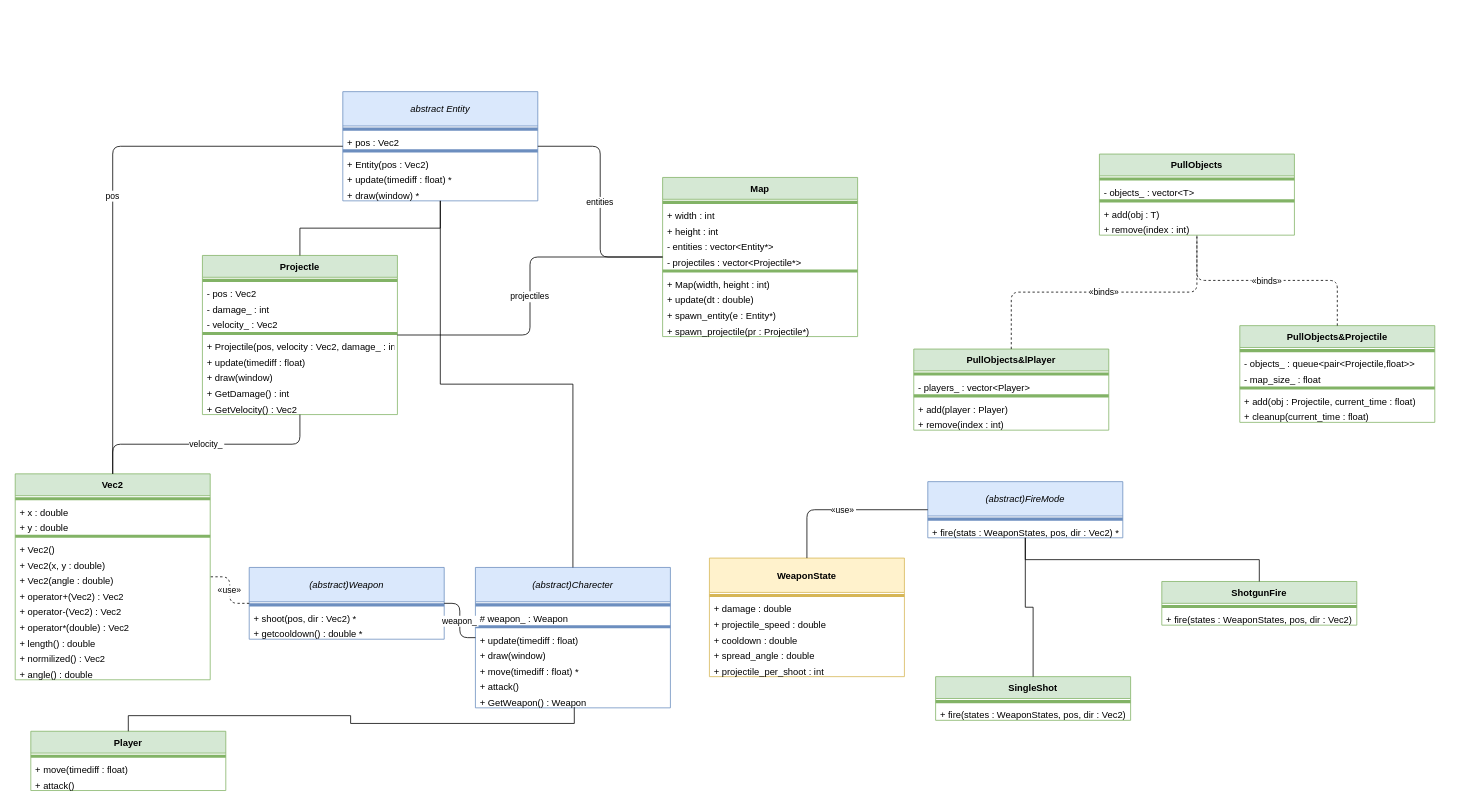
This is er_diagramm/er_diagramm.drawio from AleksKari/MULTIPLAYER_ACTION_SHOOTER_TANKS_2.0_hahaha, a draw.io file, before an edit. Source tidied: cells renumbered, new cells numbered last; positions are measured from the earlier drawing's top-left corner, leaving out a move shared by most shapes. Both pictures are drawn from the tidied source at 78%, with x=0, y=0 at pixel (15, 91).
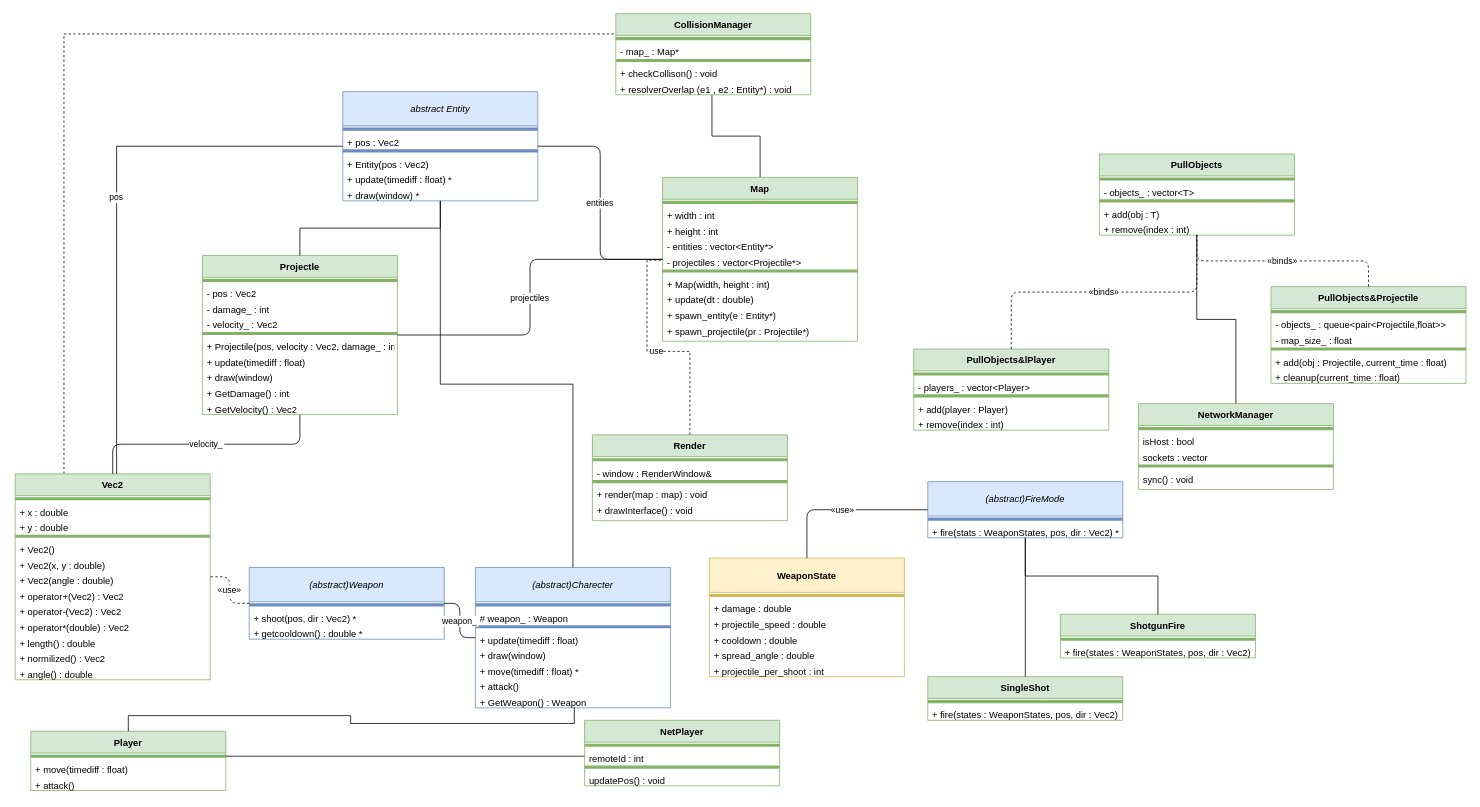
Above is the later version.

Commit message (it also covers changes not shown here):
add network classes to er_diagram

The change refers to these unchanged cells:
```xml
<mxCell id="2" value="Vec2" style="swimlane;fontStyle=1;horizontal=1;startSize=28;align=center;fillColor=#d5e8d4;strokeColor=#82b366;" parent="1" vertex="1">
  <mxGeometry y="490" width="250" height="264" as="geometry" />
</mxCell>
<mxCell id="16" value="abstract Entity" style="swimlane;fontStyle=2;horizontal=1;startSize=44;align=center;fillColor=#dae8fc;strokeColor=#6c8ebf;" parent="1" vertex="1">
  <mxGeometry x="420" width="250" height="140" as="geometry" />
</mxCell>
<mxCell id="33" style="line;strokeColor=inherit;fillColor=none;" parent="32" vertex="1">
  <mxGeometry y="28" width="250" height="8" as="geometry" />
</mxCell>
<mxCell id="72" value="+ remove(index : int)" style="text;strokeColor=none;fillColor=none;align=left;verticalAlign=top;spacingLeft=4;spacingRight=4;overflow=hidden;points=[[0,0.5],[1,0.5]];portConstraint=eastwest;html=0;" parent="67" vertex="1">
  <mxGeometry y="84" width="250" height="20" as="geometry" />
</mxCell>
<mxCell id="91" value="- projectiles : vector&lt;Projectile*&gt;" style="text;strokeColor=none;fillColor=none;align=left;verticalAlign=top;spacingLeft=4;spacingRight=4;overflow=hidden;points=[[0,0.5],[1,0.5]];portConstraint=eastwest;html=0;" parent="86" vertex="1">
  <mxGeometry y="96" width="250" height="20" as="geometry" />
</mxCell>
```

What changed in the source:
```diff
@@
+    <mxCell id="111" style="edgeStyle=orthogonalEdgeStyle;rounded=0;jettySize=auto;html=1;exitX=0.25;exitY=0;exitDx=0;exitDy=0;entryX=0;entryY=0.25;entryDx=0;entryDy=0;endArrow=none;endFill=0;dashed=1;" parent="1" edge="1" source="2" target="113">
+      <mxGeometry relative="1" as="geometry" />
+    </mxCell>
@@
     <mxCell id="61" value="SingleShot" style="swimlane;fontStyle=1;horizontal=1;startSize=28;align=center;fillColor=#d5e8d4;strokeColor=#82b366;" parent="1" vertex="1">
-      <mxGeometry x="1180" y="750" width="250" height="56" as="geometry" />
+      <mxGeometry x="1170" y="750" width="250" height="56" as="geometry" />
     </mxCell>
@@
     <mxCell id="64" value="ShotgunFire" style="swimlane;fontStyle=1;horizontal=1;startSize=28;align=center;fillColor=#d5e8d4;strokeColor=#82b366;" parent="1" vertex="1">
-      <mxGeometry x="1470" y="628" width="250" height="56" as="geometry" />
+      <mxGeometry x="1340" y="670" width="250" height="56" as="geometry" />
     </mxCell>
@@
     <mxCell id="73" value="PullObjects&amp;Projectile" style="swimlane;fontStyle=1;horizontal=1;startSize=28;align=center;fillColor=#d5e8d4;strokeColor=#82b366;" parent="1" vertex="1">
-      <mxGeometry x="1570" y="300" width="250" height="124" as="geometry" />
+      <mxGeometry x="1610" y="250" width="250" height="124" as="geometry" />
     </mxCell>
@@
+    <mxCell id="112" style="edgeStyle=orthogonalEdgeStyle;rounded=0;jettySize=auto;html=1;exitX=0.5;exitY=0;exitDx=0;exitDy=0;entryX=0.493;entryY=1;entryDx=0;entryDy=0;entryPerimeter=0;endArrow=none;endFill=0;" parent="1" edge="1" source="86" target="118">
+      <mxGeometry relative="1" as="geometry" />
+    </mxCell>
     <mxCell id="86" value="Map" style="swimlane;fontStyle=1;horizontal=1;startSize=28;align=center;fillColor=#d5e8d4;strokeColor=#82b366;" parent="1" vertex="1">
-      <mxGeometry x="830" y="110" width="250" height="204" as="geometry" />
+      <mxGeometry x="830" y="110" width="250" height="210" as="geometry" />
     </mxCell>
@@
     <mxCell id="96" value="+ spawn_projectile(pr : Projectile*)" style="text;strokeColor=none;fillColor=none;align=left;verticalAlign=top;spacingLeft=4;spacingRight=4;overflow=hidden;html=0;" parent="86" vertex="1">
-      <mxGeometry y="184" width="250" height="20" as="geometry" />
+      <mxGeometry y="184" width="250" height="26" as="geometry" />
     </mxCell>
@@
-    <mxCell id="105" value="pos" style="edgeStyle=orthogonalEdgeStyle;endArrow=none;endFill=0;" parent="1" edge="1" source="16" target="2">
-      <mxGeometry relative="1" as="geometry" />
+    <mxCell id="105" value="pos" style="edgeStyle=orthogonalEdgeStyle;endArrow=none;endFill=0;rounded=0;curved=0;shadow=0;" parent="1" edge="1" source="16" target="2">
+      <mxGeometry relative="1" as="geometry">
+        <Array as="points">
+          <mxPoint x="130" y="70" />
+        </Array>
+      </mxGeometry>
     </mxCell>
@@
+    <mxCell id="113" value="CollisionManager" style="swimlane;fontStyle=1;horizontal=1;startSize=28;align=center;fillColor=#d5e8d4;strokeColor=#82b366;" parent="1" vertex="1">
+      <mxGeometry x="770" y="-100" width="250" height="104" as="geometry" />
+    </mxCell>
+    <mxCell id="114" style="line;strokeColor=inherit;fillColor=none;" parent="113" vertex="1">
+      <mxGeometry y="28" width="250" height="8" as="geometry" />
+    </mxCell>
+    <mxCell id="115" value="- map_ : Map*" style="text;strokeColor=none;fillColor=none;align=left;verticalAlign=top;spacingLeft=4;spacingRight=4;overflow=hidden;html=0;" parent="113" vertex="1">
+      <mxGeometry y="36" width="250" height="20" as="geometry" />
+    </mxCell>
+    <mxCell id="116" style="line;strokeColor=inherit;fillColor=none;" parent="113" vertex="1">
+      <mxGeometry y="56" width="250" height="8" as="geometry" />
+    </mxCell>
+    <mxCell id="117" value="+ checkCollison() : void" style="text;strokeColor=none;fillColor=none;align=left;verticalAlign=top;spacingLeft=4;spacingRight=4;overflow=hidden;html=0;" parent="113" vertex="1">
+      <mxGeometry y="64" width="250" height="20" as="geometry" />
+    </mxCell>
+    <mxCell id="118" value="+ resolverOverlap (e1 , e2 : Entity*) : void" style="text;strokeColor=none;fillColor=none;align=left;verticalAlign=top;spacingLeft=4;spacingRight=4;overflow=hidden;points=[[0,0.5],[1,0.5]];portConstraint=eastwest;html=0;" parent="113" vertex="1">
+      <mxGeometry y="84" width="250" height="20" as="geometry" />
+    </mxCell>
+    <mxCell id="119" value="Render" style="swimlane;fontStyle=1;horizontal=1;startSize=28;align=center;fillColor=#d5e8d4;strokeColor=#82b366;" parent="1" vertex="1">
+      <mxGeometry x="740" y="440" width="250" height="110" as="geometry" />
+    </mxCell>
+    <mxCell id="120" style="line;strokeColor=inherit;fillColor=none;" parent="119" vertex="1">
+      <mxGeometry y="28" width="250" height="8" as="geometry" />
+    </mxCell>
+    <mxCell id="121" value="- window : RenderWindow&amp;" style="text;strokeColor=none;fillColor=none;align=left;verticalAlign=top;spacingLeft=4;spacingRight=4;overflow=hidden;html=0;" parent="119" vertex="1">
+      <mxGeometry y="36" width="250" height="20" as="geometry" />
+    </mxCell>
+    <mxCell id="122" style="line;strokeColor=inherit;fillColor=none;" parent="119" vertex="1">
+      <mxGeometry y="56" width="250" height="8" as="geometry" />
+    </mxCell>
+    <mxCell id="123" value="+ render(map : map) : void" style="text;strokeColor=none;fillColor=none;align=left;verticalAlign=top;spacingLeft=4;spacingRight=4;overflow=hidden;html=0;" parent="119" vertex="1">
+      <mxGeometry y="64" width="250" height="20" as="geometry" />
+    </mxCell>
+    <mxCell id="124" value="+ drawInterface() : void" style="text;strokeColor=none;fillColor=none;align=left;verticalAlign=top;spacingLeft=4;spacingRight=4;overflow=hidden;html=0;" parent="119" vertex="1">
+      <mxGeometry y="84" width="250" height="26" as="geometry" />
+    </mxCell>
+    <mxCell id="125" value="use" style="edgeStyle=orthogonalEdgeStyle;rounded=0;jettySize=auto;html=1;entryX=0;entryY=0.5;entryDx=0;entryDy=0;endArrow=none;endFill=0;dashed=1;" parent="1" edge="1" source="119" target="91">
+      <mxGeometry relative="1" as="geometry" />
+    </mxCell>
+    <mxCell id="126" value="NetworkManager" style="swimlane;fontStyle=1;horizontal=1;startSize=28;align=center;fillColor=#d5e8d4;strokeColor=#82b366;" parent="1" vertex="1">
+      <mxGeometry x="1440" y="400" width="250" height="110" as="geometry" />
+    </mxCell>
+    <mxCell id="127" style="line;strokeColor=inherit;fillColor=none;" parent="126" vertex="1">
+      <mxGeometry y="28" width="250" height="8" as="geometry" />
+    </mxCell>
+    <mxCell id="128" value="isHost : bool" style="text;strokeColor=none;fillColor=none;align=left;verticalAlign=top;spacingLeft=4;spacingRight=4;overflow=hidden;html=0;" parent="126" vertex="1">
+      <mxGeometry y="36" width="250" height="20" as="geometry" />
+    </mxCell>
+    <mxCell id="129" value="sockets : vector" style="text;strokeColor=none;fillColor=none;align=left;verticalAlign=top;spacingLeft=4;spacingRight=4;overflow=hidden;html=0;" parent="126" vertex="1">
+      <mxGeometry y="56" width="250" height="20" as="geometry" />
+    </mxCell>
+    <mxCell id="130" style="line;strokeColor=inherit;fillColor=none;" parent="126" vertex="1">
+      <mxGeometry y="76" width="250" height="8" as="geometry" />
+    </mxCell>
+    <mxCell id="131" value="sync() : void" style="text;strokeColor=none;fillColor=none;align=left;verticalAlign=top;spacingLeft=4;spacingRight=4;overflow=hidden;html=0;" parent="126" vertex="1">
+      <mxGeometry y="84" width="250" height="26" as="geometry" />
+    </mxCell>
+    <mxCell id="132" value="NetPlayer" style="swimlane;fontStyle=1;horizontal=1;startSize=28;align=center;fillColor=#d5e8d4;strokeColor=#82b366;" parent="1" vertex="1">
+      <mxGeometry x="730" y="806" width="250" height="84" as="geometry" />
+    </mxCell>
+    <mxCell id="133" style="line;strokeColor=inherit;fillColor=none;" parent="132" vertex="1">
+      <mxGeometry y="28" width="250" height="8" as="geometry" />
+    </mxCell>
+    <mxCell id="134" value="remoteId : int" style="text;strokeColor=none;fillColor=none;align=left;verticalAlign=top;spacingLeft=4;spacingRight=4;overflow=hidden;points=[[0,0.5],[1,0.5]];portConstraint=eastwest;html=0;" parent="132" vertex="1">
+      <mxGeometry y="36" width="250" height="20" as="geometry" />
+    </mxCell>
+    <mxCell id="135" style="line;strokeColor=inherit;fillColor=none;" parent="132" vertex="1">
+      <mxGeometry y="56" width="250" height="8" as="geometry" />
+    </mxCell>
+    <mxCell id="136" value="updatePos() : void" style="text;strokeColor=none;fillColor=none;align=left;verticalAlign=top;spacingLeft=4;spacingRight=4;overflow=hidden;html=0;" parent="132" vertex="1">
+      <mxGeometry y="64" width="250" height="20" as="geometry" />
+    </mxCell>
+    <mxCell id="137" style="edgeStyle=orthogonalEdgeStyle;rounded=0;jettySize=auto;html=1;exitX=1;exitY=0.5;exitDx=0;exitDy=0;exitPerimeter=0;entryX=0;entryY=0.5;entryDx=0;entryDy=0;endArrow=none;endFill=0;" parent="1" edge="1" source="33" target="134">
+      <mxGeometry relative="1" as="geometry" />
+    </mxCell>
+    <mxCell id="138" style="edgeStyle=orthogonalEdgeStyle;rounded=0;jettySize=auto;html=1;exitX=0.5;exitY=0;exitDx=0;exitDy=0;entryX=0.499;entryY=0.952;entryDx=0;entryDy=0;entryPerimeter=0;endArrow=none;endFill=0;" parent="1" edge="1" source="126" target="72">
+      <mxGeometry relative="1" as="geometry" />
+    </mxCell>
```
